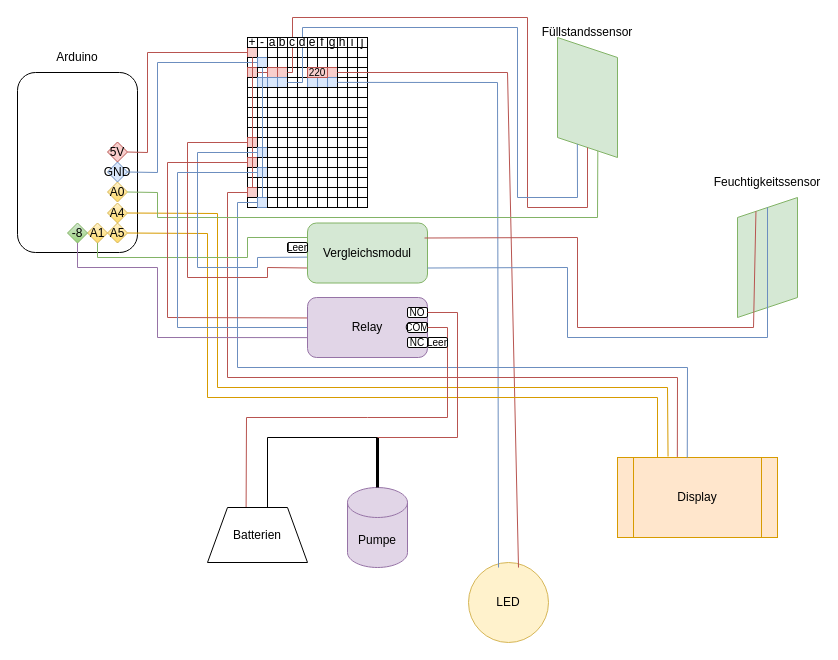
This is Unbenanntes Diagramm.drawio from 1Ryza1/Bewaesserung-System, a draw.io file, before an edit. Source tidied: cells renumbered, new cells numbered last; positions are measured from the earlier drawing's top-left corner, leaving out a move shared by most shapes. Both pictures are drawn from the tidied source at 100%, with x=0, y=0 at pixel (17, 17).
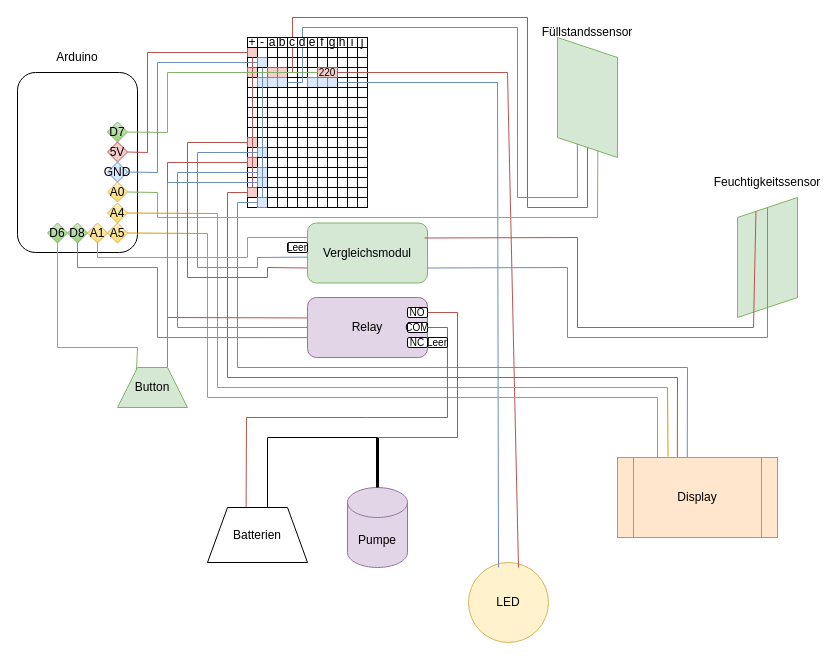
After the change.

The change refers to these unchanged cells:
```xml
<mxCell id="8" value="LED" style="ellipse;whiteSpace=wrap;html=1;fillColor=#fff2cc;strokeColor=#d6b656;" parent="1" vertex="1">
  <mxGeometry x="451" y="545" width="80" height="80" as="geometry" />
</mxCell>
<mxCell id="55" style="whiteSpace=wrap;html=1;" parent="1" vertex="1">
  <mxGeometry x="320" y="50" width="10" height="10" as="geometry" />
</mxCell>
<mxCell id="66" style="whiteSpace=wrap;html=1;fillColor=#dae8fc;strokeColor=#6c8ebf;" parent="1" vertex="1">
  <mxGeometry x="310" y="60" width="10" height="10" as="geometry" />
</mxCell>
<mxCell id="178" style="whiteSpace=wrap;html=1;" parent="1" vertex="1">
  <mxGeometry x="230" y="160" width="10" height="10" as="geometry" />
</mxCell>
```

Change to the diagram source:
```diff
@@
-    <mxCell id="54" style="whiteSpace=wrap;html=1;fillColor=#f8cecc;strokeColor=#b85450;" parent="1" vertex="1">
-      <mxGeometry x="310" y="50" width="10" height="10" as="geometry" />
+    <mxCell id="54" style="whiteSpace=wrap;html=1;" parent="1" vertex="1">
+      <mxGeometry x="290" y="50" width="10" height="10" as="geometry" />
     </mxCell>
@@
-    <mxCell id="179" style="whiteSpace=wrap;html=1;" parent="1" vertex="1">
+    <mxCell id="179" style="whiteSpace=wrap;html=1;fillColor=#dae8fc;strokeColor=#6c8ebf;" parent="1" vertex="1">
       <mxGeometry x="240" y="160" width="10" height="10" as="geometry" />
     </mxCell>
@@
     <mxCell id="218" value="&lt;font size=&quot;1&quot;&gt;220&lt;/font&gt;" style="rounded=0;whiteSpace=wrap;html=1;fillColor=#f8cecc;strokeColor=#b85450;" parent="1" vertex="1">
-      <mxGeometry x="290" y="50" width="20" height="10" as="geometry" />
+      <mxGeometry x="300" y="50" width="20" height="10" as="geometry" />
     </mxCell>
-    <mxCell id="219" style="endArrow=none;html=1;rounded=0;exitX=1;exitY=0.5;exitDx=0;exitDy=0;entryX=0.625;entryY=0.063;entryDx=0;entryDy=0;entryPerimeter=0;fillColor=#f8cecc;strokeColor=#b85450;" parent="1" edge="1" source="54" target="8">
+    <mxCell id="219" style="endArrow=none;html=1;rounded=0;entryX=0.625;entryY=0.063;entryDx=0;entryDy=0;entryPerimeter=0;fillColor=#f8cecc;strokeColor=#b85450;exitX=0;exitY=0.5;exitDx=0;exitDy=0;" parent="1" edge="1" source="55" target="8">
       <mxGeometry relative="1" as="geometry">
         <Array as="points">
           <mxPoint x="490" y="55" />
         </Array>
       </mxGeometry>
     </mxCell>
-    <mxCell id="220" style="endArrow=none;html=1;rounded=0;exitX=1;exitY=0.5;exitDx=0;exitDy=0;curved=0;entryX=0.375;entryY=0.063;entryDx=0;entryDy=0;entryPerimeter=0;fillColor=#dae8fc;strokeColor=#6c8ebf;" parent="1" edge="1" target="8">
+    <mxCell id="220" style="endArrow=none;html=1;rounded=0;curved=0;entryX=0.375;entryY=0.063;entryDx=0;entryDy=0;entryPerimeter=0;fillColor=#dae8fc;strokeColor=#6c8ebf;exitX=1;exitY=0.5;exitDx=0;exitDy=0;" parent="1" edge="1" source="66" target="8">
       <mxGeometry relative="1" as="geometry">
-        <mxPoint x="320" y="64.9" as="sourcePoint" />
         <Array as="points">
           <mxPoint x="480" y="65" />
         </Array>
       </mxGeometry>
     </mxCell>
@@
-    <mxCell id="242" value="-8" style="rhombus;whiteSpace=wrap;html=1;fillColor=#d5e8d4;gradientColor=#97d077;strokeColor=#82b366;" parent="1" vertex="1">
+    <mxCell id="242" value="D8" style="rhombus;whiteSpace=wrap;html=1;fillColor=#d5e8d4;gradientColor=#97d077;strokeColor=#82b366;" parent="1" vertex="1">
       <mxGeometry x="50" y="205.5" width="20" height="20" as="geometry" />
     </mxCell>
@@
+    <mxCell id="257" value="D7" style="rhombus;whiteSpace=wrap;html=1;fillColor=#d5e8d4;gradientColor=#97d077;strokeColor=#82b366;" parent="1" vertex="1">
+      <mxGeometry x="90" y="104.5" width="20" height="20" as="geometry" />
+    </mxCell>
+    <mxCell id="258" style="endArrow=none;html=1;rounded=0;entryX=0;entryY=0.5;entryDx=0;entryDy=0;exitX=1;exitY=0.5;exitDx=0;exitDy=0;fillColor=#d5e8d4;strokeColor=#82b366;gradientColor=#97d077;" parent="1" edge="1" source="257" target="218">
+      <mxGeometry relative="1" as="geometry">
+        <Array as="points">
+          <mxPoint x="150" y="115" />
+          <mxPoint x="150" y="55" />
+        </Array>
+      </mxGeometry>
+    </mxCell>
+    <mxCell id="259" value="D6" style="rhombus;whiteSpace=wrap;html=1;fillColor=#d5e8d4;gradientColor=#97d077;strokeColor=#82b366;" parent="1" vertex="1">
+      <mxGeometry x="30" y="205.5" width="20" height="20" as="geometry" />
+    </mxCell>
+    <mxCell id="260" style="endArrow=none;html=1;rounded=0;exitX=1;exitY=0.5;exitDx=0;exitDy=0;fillColor=#dae8fc;strokeColor=#6c8ebf;" parent="1" edge="1" source="178">
+      <mxGeometry relative="1" as="geometry">
+        <mxPoint x="150" y="350" as="targetPoint" />
+        <Array as="points">
+          <mxPoint x="150" y="165" />
+        </Array>
+      </mxGeometry>
+    </mxCell>
+    <mxCell id="261" style="endArrow=none;html=1;rounded=0;exitX=0.5;exitY=1;exitDx=0;exitDy=0;entryX=0.25;entryY=0;entryDx=0;entryDy=0;fillColor=#d5e8d4;strokeColor=#82b366;" parent="1" edge="1" source="259" target="262">
+      <mxGeometry relative="1" as="geometry">
+        <Array as="points">
+          <mxPoint x="40" y="330" />
+          <mxPoint x="120" y="330" />
+        </Array>
+      </mxGeometry>
+    </mxCell>
+    <mxCell id="262" value="Button" style="shape=trapezoid;perimeter=trapezoidPerimeter;whiteSpace=wrap;html=1;fixedSize=1;fillColor=#d5e8d4;strokeColor=#82b366;" parent="1" vertex="1">
+      <mxGeometry x="100" y="350" width="70" height="40" as="geometry" />
+    </mxCell>
```
